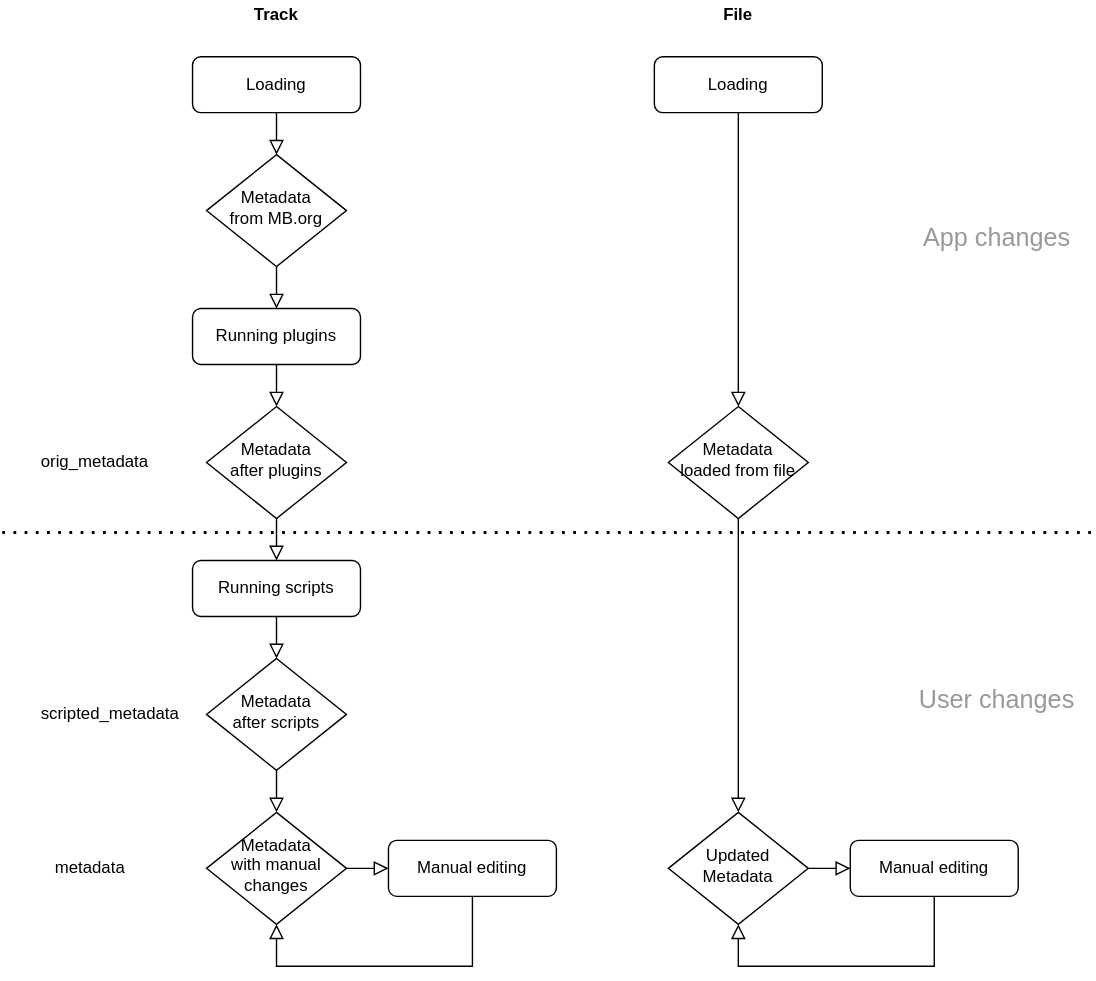
Before: picard-load-metadata.svg, a diagram exported from draw.io (phw/picard-diagrams). Source tidied: cells renumbered, new cells last; positions are measured from the earlier drawing's top-left corner, leaving out a move shared by most shapes.
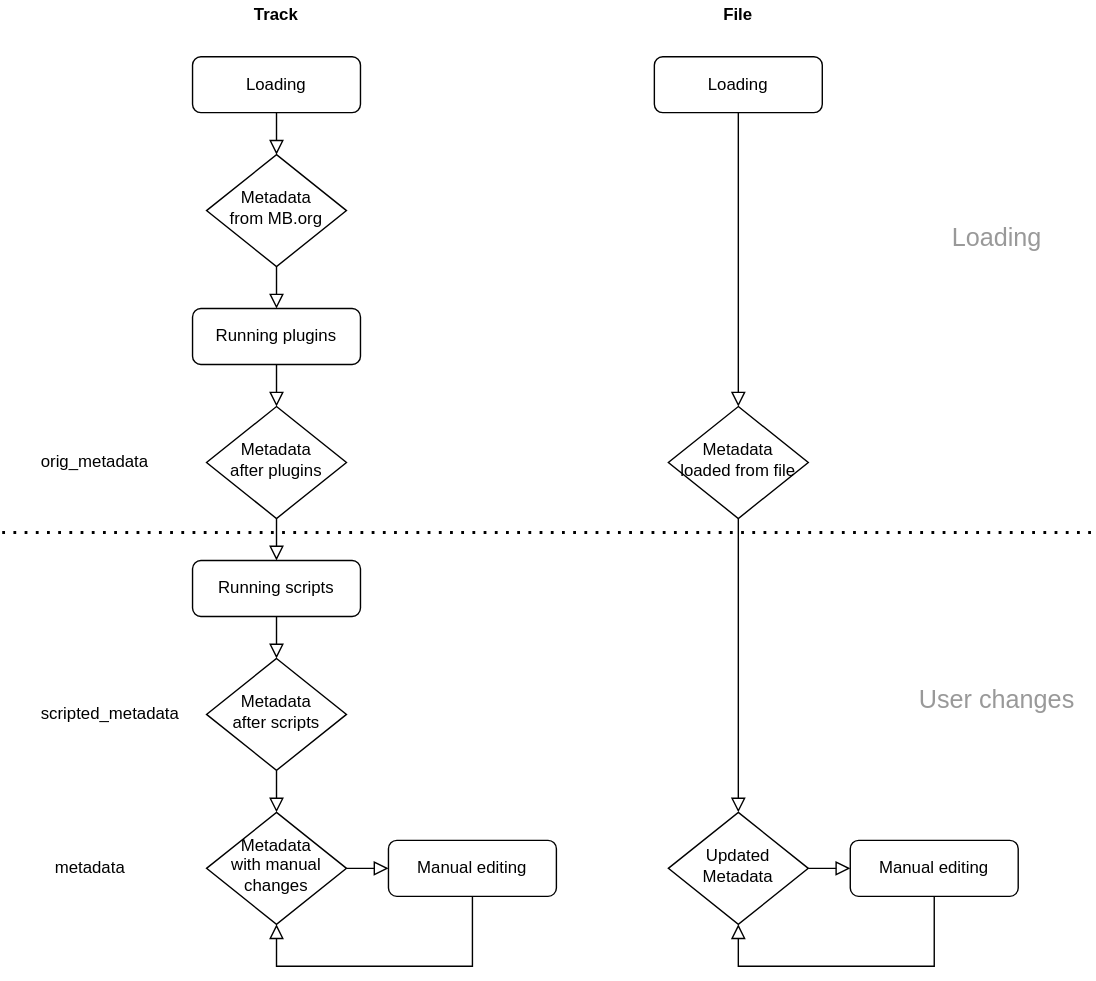
Above is the later version.

What changed in the source:
```diff
@@ -105,7 +105,7 @@
         </Array>
       </mxGeometry>
     </mxCell>
-    <mxCell id="32" value="App changes" style="text;html=1;align=center;verticalAlign=middle;whiteSpace=wrap;rounded=0;rotation=0;direction=east;fontSize=18;fontColor=#999999;" parent="1" vertex="1">
+    <mxCell id="32" value="Loading" style="text;html=1;align=center;verticalAlign=middle;whiteSpace=wrap;rounded=0;rotation=0;direction=east;fontSize=18;fontColor=#999999;" parent="1" vertex="1">
       <mxGeometry x="646" y="160" width="130" height="20" as="geometry" />
     </mxCell>
     <mxCell id="33" value="&lt;div style=&quot;font-size: 18px;&quot;&gt;User changes&lt;/div&gt;" style="text;html=1;strokeColor=none;fillColor=none;align=center;verticalAlign=middle;whiteSpace=wrap;rounded=0;rotation=0;direction=east;fontSize=18;fontColor=#999999;" parent="1" vertex="1">
```
